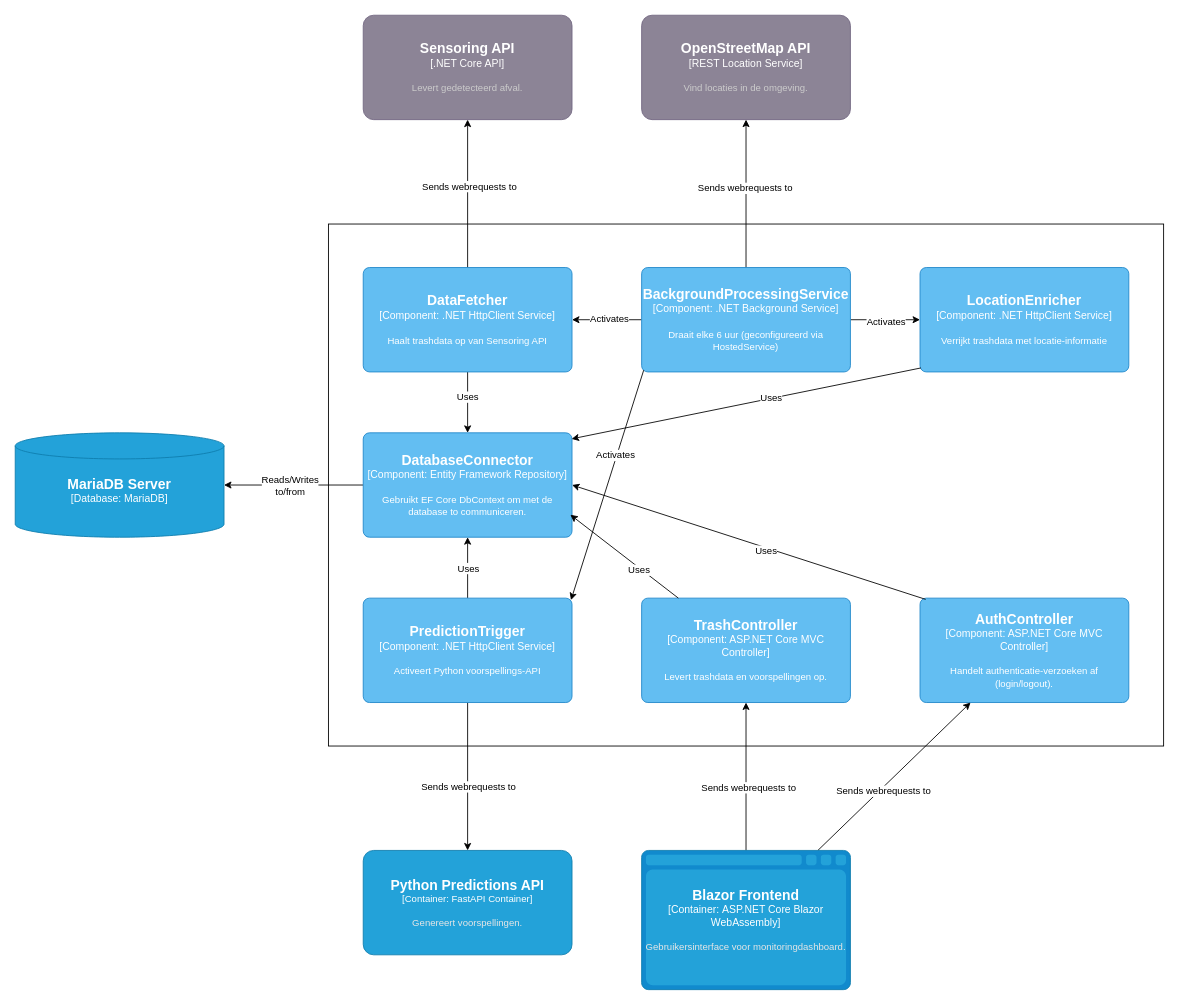
ChrisHorler/ICT1_4_ZwerfAfval keeps this draw.io diagram as Documentatie en diagrammen/Martijn dingen/mainApiLayer3.drawio. Above is the earlier version. Source tidied: cells renumbered, new cells numbered last; positions are measured from the earlier drawing's top-left corner, leaving out a move shared by most shapes. Both pictures are drawn from the tidied source at 87%, with x=0, y=0 at pixel (15, 15).
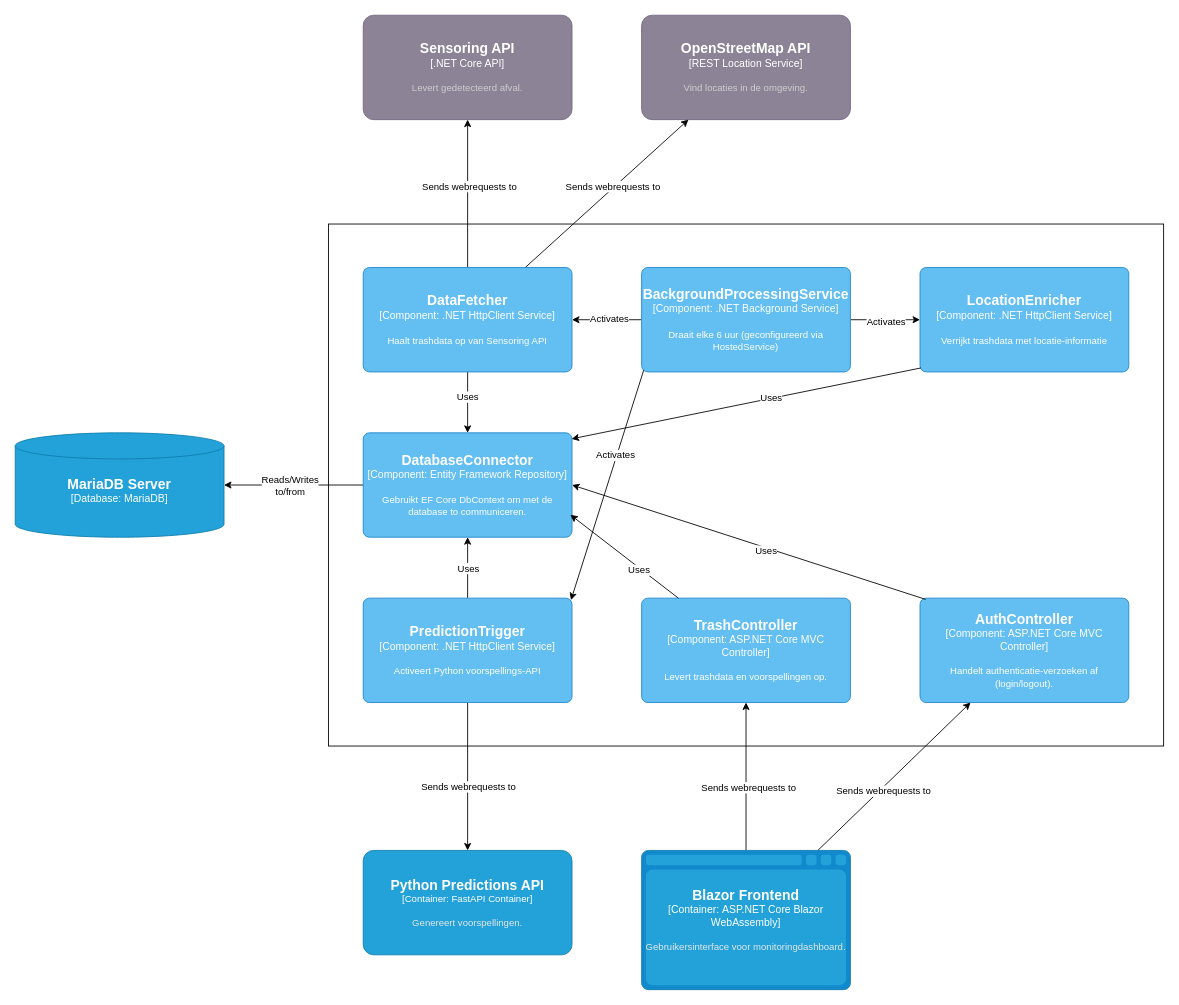
The same diagram, later.

The change refers to these unchanged cells:
```xml
<object id="3" label="&lt;font style=&quot;font-size: 16px&quot;&gt;&lt;b&gt;%c4Name%&lt;/b&gt;&lt;/font&gt;&lt;div&gt;[%c4Type%]&lt;/div&gt;&lt;br&gt;&lt;div&gt;&lt;font style=&quot;font-size: 11px&quot;&gt;&lt;font color=&quot;#cccccc&quot;&gt;%c4Description%&lt;/font&gt;&lt;/div&gt;" c4Description="Vind locaties in de omgeving." c4Name="OpenStreetMap API" c4Type="REST Location Service" placeholders="1">
  <mxCell style="rounded=1;whiteSpace=wrap;html=1;labelBackgroundColor=none;fillColor=#8C8496;fontColor=#ffffff;align=center;arcSize=10;strokeColor=#736782;points=[[0.25,0,0],[0.5,0,0],[0.75,0,0],[1,0.25,0],[1,0.5,0],[1,0.75,0],[0.75,1,0],[0.5,1,0],[0.25,1,0],[0,0.75,0],[0,0.5,0],[0,0.25,0]];" parent="1" vertex="1">
    <mxGeometry x="720" width="240" height="120" as="geometry" />
  </mxCell>
</object>
<object id="13" label="&lt;font style=&quot;font-size: 16px&quot;&gt;&lt;b&gt;%c4Name%&lt;/b&gt;&lt;/font&gt;&lt;div&gt;[%c4Type%: %c4Technology%]&lt;/div&gt;&lt;br&gt;&lt;div&gt;&lt;font style=&quot;font-size: 11px&quot;&gt;%c4Description%&lt;/font&gt;&lt;/div&gt;" c4Description="Draait elke 6 uur (geconfigureerd via HostedService)" c4Name="BackgroundProcessingService" c4Technology=".NET Background Service" c4Type="Component" placeholders="1">
  <mxCell style="rounded=1;whiteSpace=wrap;html=1;labelBackgroundColor=none;fillColor=#63BEF2;fontColor=#ffffff;align=center;arcSize=6;strokeColor=#2086C9;points=[[0.25,0,0],[0.5,0,0],[0.75,0,0],[1,0.25,0],[1,0.5,0],[1,0.75,0],[0.75,1,0],[0.5,1,0],[0.25,1,0],[0,0.75,0],[0,0.5,0],[0,0.25,0]];" parent="1" vertex="1">
    <mxGeometry x="720" y="290" width="240" height="120" as="geometry" />
  </mxCell>
</object>
<object id="18" label="&lt;font style=&quot;font-size: 16px&quot;&gt;&lt;b&gt;%c4Name%&lt;/b&gt;&lt;/font&gt;&lt;div&gt;[%c4Type%: %c4Technology%]&lt;/div&gt;&lt;br&gt;&lt;div&gt;&lt;font style=&quot;font-size: 11px&quot;&gt;%c4Description%&lt;/font&gt;&lt;/div&gt;" c4Description="Haalt trashdata op van Sensoring API" c4Name="DataFetcher" c4Technology=".NET HttpClient Service" c4Type="Component" placeholders="1">
  <mxCell style="rounded=1;whiteSpace=wrap;html=1;labelBackgroundColor=none;fillColor=#63BEF2;fontColor=#ffffff;align=center;arcSize=6;strokeColor=#2086C9;points=[[0.25,0,0],[0.5,0,0],[0.75,0,0],[1,0.25,0],[1,0.5,0],[1,0.75,0],[0.75,1,0],[0.5,1,0],[0.25,1,0],[0,0.75,0],[0,0.5,0],[0,0.25,0]];" parent="1" vertex="1">
    <mxGeometry x="400" y="290" width="240" height="120" as="geometry" />
  </mxCell>
</object>
```

Diff of the diagram source:
```diff
@@
-    <mxCell id="11" style="edgeStyle=orthogonalEdgeStyle;rounded=0;jettySize=auto;html=1;" parent="1" edge="1" source="13" target="3">
+    <mxCell id="11" style="rounded=0;jettySize=auto;html=1;" parent="1" edge="1" source="18" target="3">
       <mxGeometry relative="1" as="geometry" />
     </mxCell>
```
